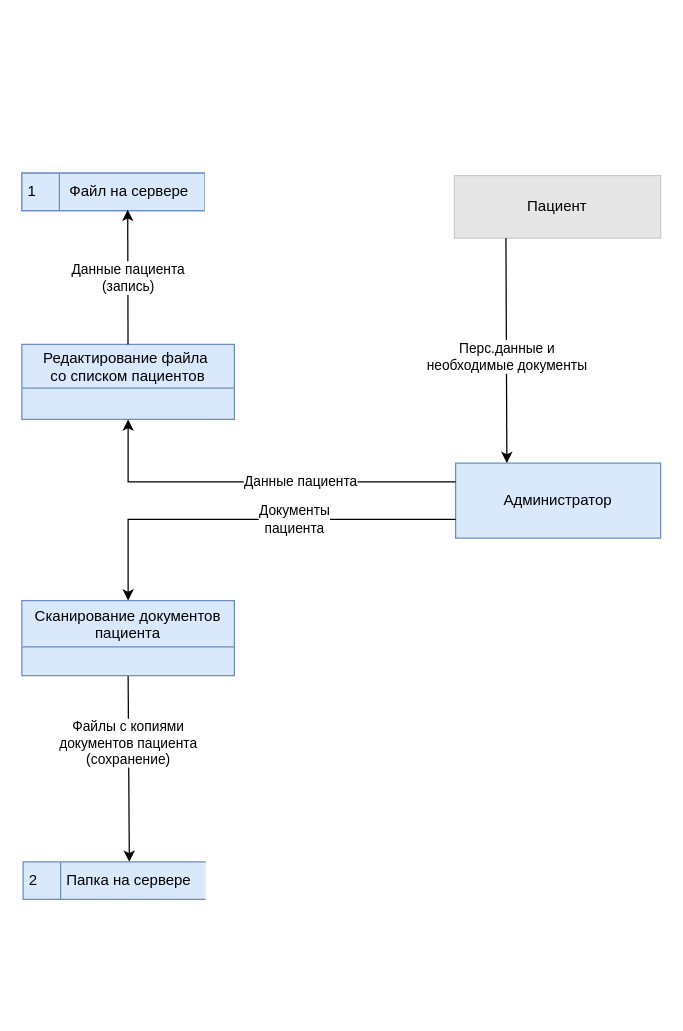
This is page "Регистрация пациента" (1 of 9) of Task1/Diagrams.drawio from vir37/architecture-medikamente, a draw.io file, before an edit. Source tidied: cells renumbered, new cells numbered last; positions are measured from the earlier drawing's top-left corner, leaving out a move shared by most shapes. Both pictures are drawn from the tidied source at 125%, with x=0, y=0 at pixel (21, 172).
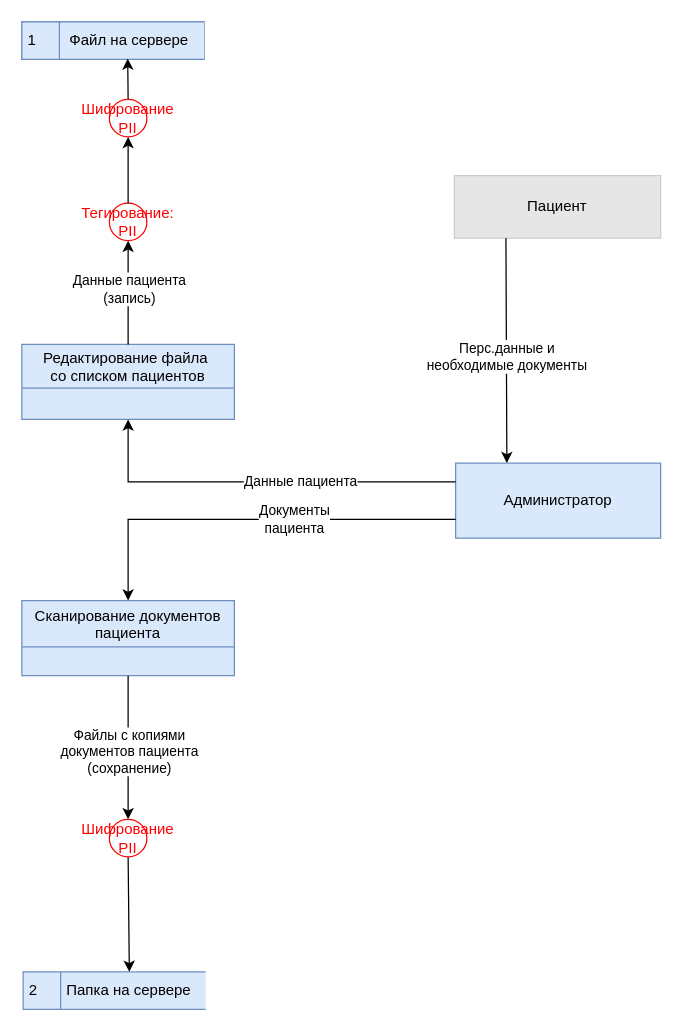
Above is the later version.

The change refers to these unchanged cells:
```xml
<mxCell id="3" value="Редактирование файла &#10;со списком пациентов" style="swimlane;fontStyle=0;horizontal=1;startSize=35;fillColor=#dae8fc;swimlaneFillColor=#dae8fc;strokeColor=#6c8ebf;" parent="1" vertex="1">
  <mxGeometry y="137" width="170" height="60" as="geometry" />
</mxCell>
<mxCell id="13" value="1" style="html=1;dashed=0;whiteSpace=wrap;shape=mxgraph.dfd.dataStoreID;align=left;spacingLeft=3;points=[[0,0],[0.5,0],[1,0],[0,0.5],[1,0.5],[0,1],[0.5,1],[1,1]];fillColor=#dae8fc;strokeColor=#6c8ebf;" parent="12" vertex="1">
  <mxGeometry width="146" height="30" as="geometry" />
</mxCell>
<mxCell id="17" value="2" style="html=1;dashed=0;whiteSpace=wrap;shape=mxgraph.dfd.dataStoreID;align=left;spacingLeft=3;points=[[0,0],[0.5,0],[1,0],[0,0.5],[1,0.5],[0,1],[0.5,1],[1,1]];fillColor=#dae8fc;strokeColor=#6c8ebf;" parent="16" vertex="1">
  <mxGeometry width="146" height="30" as="geometry" />
</mxCell>
```

Change to the diagram source:
```diff
@@
     <mxCell id="11" style="group;fillColor=#dae8fc;strokeColor=#6c8ebf;" parent="1" vertex="1">
-      <mxGeometry width="146" height="30" as="geometry" />
+      <mxGeometry y="-121" width="146" height="30" as="geometry" />
     </mxCell>
@@
     <mxCell id="15" style="group;" parent="1" vertex="1">
-      <mxGeometry x="1" y="551" width="146" height="30" as="geometry" />
+      <mxGeometry x="1" y="639" width="146" height="30" as="geometry" />
     </mxCell>
@@
-    <mxCell id="19" style="endArrow=classic;html=1;rounded=0;entryX=0.582;entryY=0;entryDx=0;entryDy=0;entryPerimeter=0;exitX=0.5;exitY=1;exitDx=0;exitDy=0;" parent="1" edge="1" source="23" target="17">
+    <mxCell id="19" style="endArrow=classic;html=1;rounded=0;entryX=0.582;entryY=0;entryDx=0;entryDy=0;entryPerimeter=0;exitX=0.5;exitY=1;exitDx=0;exitDy=0;" parent="1" edge="1" source="29" target="17">
       <mxGeometry relative="1" as="geometry" />
     </mxCell>
+    <mxCell id="21" style="endArrow=classic;html=1;rounded=0;entryX=0.58;entryY=0.978;entryDx=0;entryDy=0;entryPerimeter=0;" parent="1" edge="1" source="27" target="13">
+      <mxGeometry relative="1" as="geometry" />
+    </mxCell>
+    <mxCell id="23" value="Сканирование документов&#10;пациента" style="swimlane;fontStyle=0;horizontal=1;startSize=37;fillColor=#dae8fc;swimlaneFillColor=#dae8fc;strokeColor=#6c8ebf;" parent="1" vertex="1">
+      <mxGeometry y="342" width="170" height="60" as="geometry" />
+    </mxCell>
+    <mxCell id="24" style="endArrow=classic;html=1;rounded=0;entryX=0.5;entryY=1;entryDx=0;entryDy=0;" parent="1" edge="1" source="3" target="25">
+      <mxGeometry relative="1" as="geometry" />
+    </mxCell>
+    <mxCell id="22" value="Данные пациента&lt;br&gt;(запись)" style="edgeLabel;html=1;align=center;verticalAlign=middle;" parent="24" vertex="1">
+      <mxGeometry x="-0.27" relative="1" as="geometry">
+        <mxPoint y="-15" as="offset" />
+      </mxGeometry>
+    </mxCell>
+    <mxCell id="25" value="Тегирование: PII" style="shape=ellipse;html=1;dashed=0;whiteSpace=wrap;perimeter=ellipsePerimeter;fontColor=#FF0000;strokeColor=#FF0000;" parent="1" vertex="1">
+      <mxGeometry x="70" y="24" width="30" height="30" as="geometry" />
+    </mxCell>
+    <mxCell id="26" style="endArrow=classic;html=1;rounded=0;entryX=0.5;entryY=1;entryDx=0;entryDy=0;" parent="1" edge="1" source="25" target="27">
+      <mxGeometry relative="1" as="geometry" />
+    </mxCell>
+    <mxCell id="27" value="Шифрование PII" style="shape=ellipse;html=1;dashed=0;whiteSpace=wrap;perimeter=ellipsePerimeter;strokeColor=#FF0000;fontColor=#FF0000;" parent="1" vertex="1">
+      <mxGeometry x="70" y="-59" width="30" height="30" as="geometry" />
+    </mxCell>
+    <mxCell id="28" style="endArrow=classic;html=1;rounded=0;entryX=0.5;entryY=0;entryDx=0;entryDy=0;exitX=0.5;exitY=1;exitDx=0;exitDy=0;" parent="1" edge="1" source="23" target="29">
+      <mxGeometry relative="1" as="geometry" />
+    </mxCell>
-    <mxCell id="20" value="Файлы с копиями&lt;br&gt;документов пациента&lt;br&gt;(сохранение)" style="edgeLabel;html=1;align=center;verticalAlign=middle;" parent="19" vertex="1">
+    <mxCell id="20" value="Файлы с копиями&lt;br&gt;документов пациента&lt;br&gt;(сохранение)" style="edgeLabel;html=1;align=center;verticalAlign=middle;" parent="28" vertex="1">
       <mxGeometry x="-0.44" y="-1" relative="1" as="geometry">
-        <mxPoint y="11" as="offset" />
+        <mxPoint x="1" y="28" as="offset" />
       </mxGeometry>
     </mxCell>
-    <mxCell id="21" style="endArrow=classic;html=1;rounded=0;entryX=0.58;entryY=0.978;entryDx=0;entryDy=0;entryPerimeter=0;" parent="1" edge="1" source="3" target="13">
-      <mxGeometry relative="1" as="geometry" />
-    </mxCell>
-    <mxCell id="22" value="Данные пациента&lt;br&gt;(запись)" style="edgeLabel;html=1;align=center;verticalAlign=middle;" parent="21" vertex="1">
-      <mxGeometry x="-0.27" relative="1" as="geometry">
-        <mxPoint y="-15" as="offset" />
-      </mxGeometry>
-    </mxCell>
-    <mxCell id="23" value="Сканирование документов&#10;пациента" style="swimlane;fontStyle=0;horizontal=1;startSize=37;fillColor=#dae8fc;swimlaneFillColor=#dae8fc;strokeColor=#6c8ebf;" parent="1" vertex="1">
-      <mxGeometry y="342" width="170" height="60" as="geometry" />
-    </mxCell>
+    <mxCell id="29" value="Шифрование PII" style="shape=ellipse;html=1;dashed=0;whiteSpace=wrap;perimeter=ellipsePerimeter;strokeColor=#FF0000;fontColor=#FF0000;" parent="1" vertex="1">
+      <mxGeometry x="70" y="517" width="30" height="30" as="geometry" />
+    </mxCell>
```
